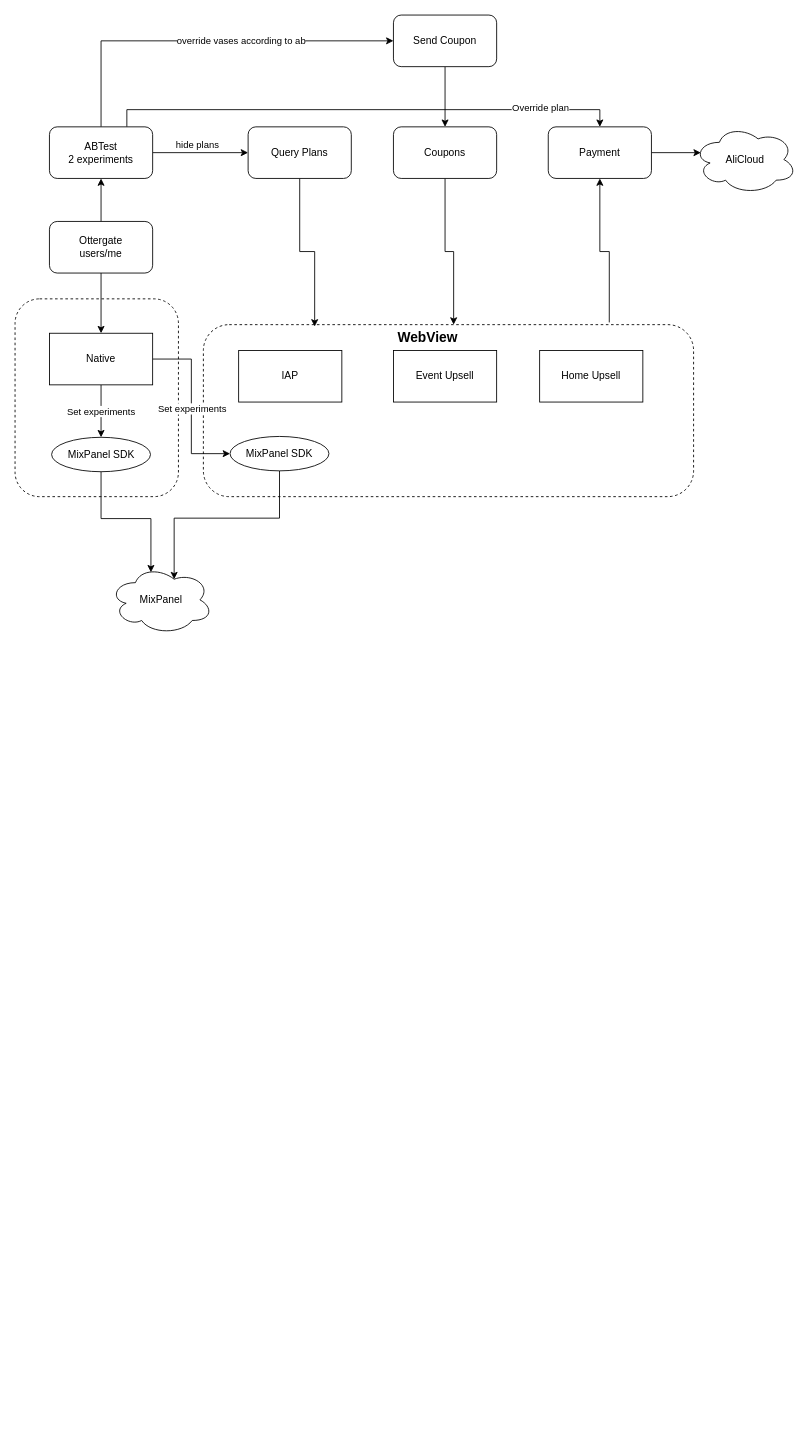
Earlier version of the draw.io diagram Vas Bundle Price Strategy ABTest.drawio (evagle/awesome). Source tidied: cells renumbered, new cells numbered last; positions are measured from the earlier drawing's top-left corner, leaving out a move shared by most shapes. Both pictures are drawn from the tidied source at 86%, with x=0, y=0 at pixel (15, 15).
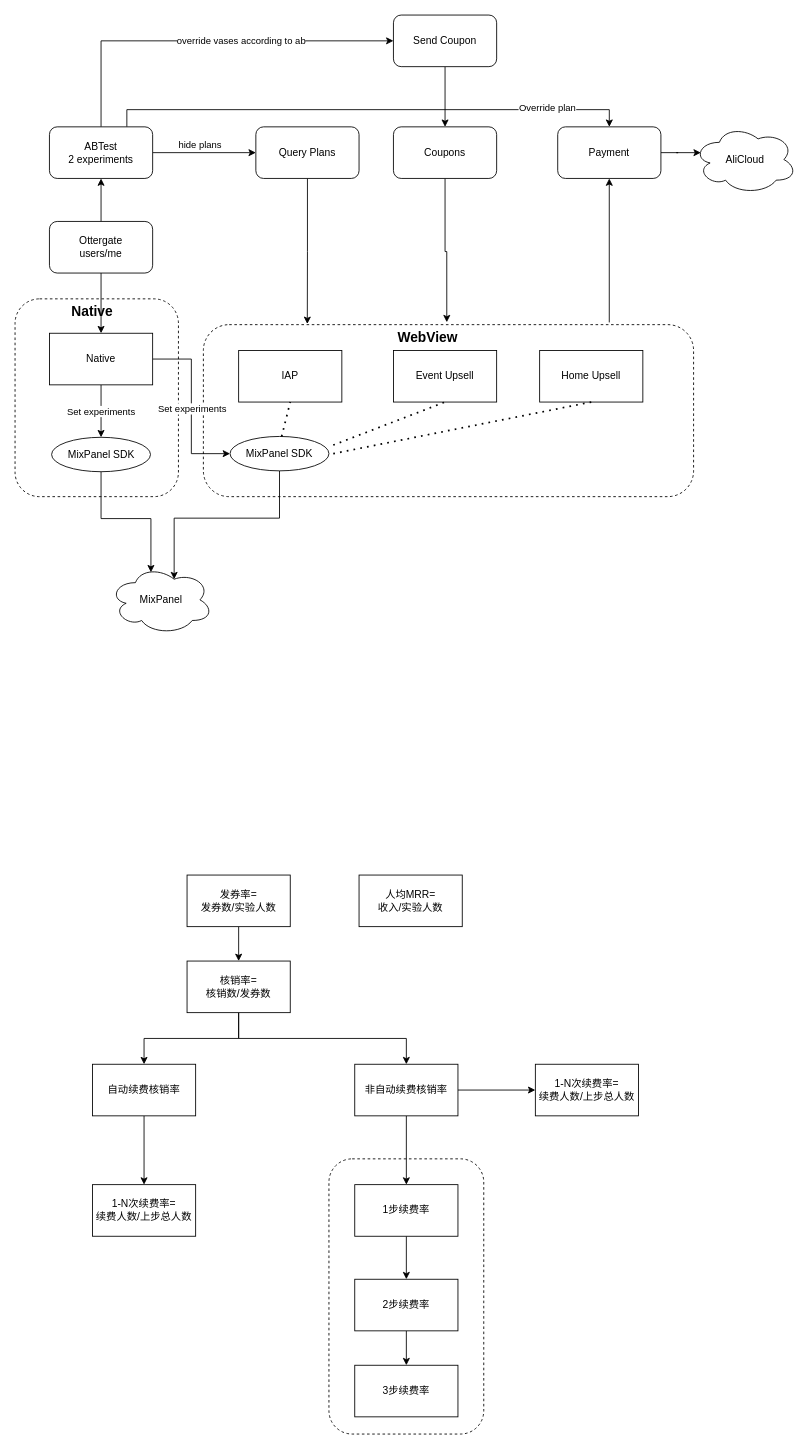
After the change.

The change refers to these unchanged cells:
```xml
<mxCell id="4" style="rounded=1;whiteSpace=wrap;html=1;dashed=1;" parent="1" vertex="1">
  <mxGeometry x="219" y="360" width="570" height="200" as="geometry" />
</mxCell>
<mxCell id="8" value="Coupons" style="rounded=1;whiteSpace=wrap;html=1;" parent="1" vertex="1">
  <mxGeometry x="440" y="130" width="120" height="60" as="geometry" />
</mxCell>
<mxCell id="9" value="IAP" style="rounded=0;whiteSpace=wrap;html=1;" parent="1" vertex="1">
  <mxGeometry x="260" y="390" width="120" height="60" as="geometry" />
</mxCell>
<mxCell id="10" value="Event Upsell" style="rounded=0;whiteSpace=wrap;html=1;" parent="1" vertex="1">
  <mxGeometry x="440" y="390" width="120" height="60" as="geometry" />
</mxCell>
<mxCell id="11" value="Home Upsell" style="rounded=0;whiteSpace=wrap;html=1;" parent="1" vertex="1">
  <mxGeometry x="610" y="390" width="120" height="60" as="geometry" />
</mxCell>
<mxCell id="27" value="&lt;font style=&quot;font-size: 16px;&quot;&gt;&lt;b&gt;WebView&lt;/b&gt;&lt;/font&gt;" style="text;html=1;strokeColor=none;fillColor=none;align=center;verticalAlign=middle;whiteSpace=wrap;rounded=0;" parent="1" vertex="1">
  <mxGeometry x="450" y="360" width="60" height="30" as="geometry" />
</mxCell>
```

Change to the diagram source:
```diff
@@
+    <mxCell id="37" style="rounded=1;whiteSpace=wrap;html=1;dashed=1;" parent="1" vertex="1">
+      <mxGeometry x="365" y="1330" width="180" height="320" as="geometry" />
+    </mxCell>
@@
-    <mxCell id="5" style="edgeStyle=orthogonalEdgeStyle;rounded=0;jettySize=auto;html=1;exitX=0.5;exitY=1;exitDx=0;exitDy=0;entryX=0.227;entryY=0.011;entryDx=0;entryDy=0;entryPerimeter=0;" parent="1" edge="1" source="6" target="4">
+    <mxCell id="5" style="edgeStyle=orthogonalEdgeStyle;rounded=0;jettySize=auto;html=1;exitX=0.5;exitY=1;exitDx=0;exitDy=0;entryX=0.212;entryY=-0.004;entryDx=0;entryDy=0;entryPerimeter=0;" parent="1" edge="1" source="6" target="4">
       <mxGeometry relative="1" as="geometry" />
     </mxCell>
     <mxCell id="6" value="Query Plans" style="rounded=1;whiteSpace=wrap;html=1;" parent="1" vertex="1">
-      <mxGeometry x="271" y="130" width="120" height="60" as="geometry" />
+      <mxGeometry x="280" y="130" width="120" height="60" as="geometry" />
     </mxCell>
-    <mxCell id="7" style="edgeStyle=orthogonalEdgeStyle;rounded=0;jettySize=auto;html=1;exitX=0.5;exitY=1;exitDx=0;exitDy=0;entryX=1;entryY=0;entryDx=0;entryDy=0;" parent="1" edge="1" source="8" target="27">
+    <mxCell id="7" style="edgeStyle=orthogonalEdgeStyle;rounded=0;jettySize=auto;html=1;exitX=0.5;exitY=1;exitDx=0;exitDy=0;entryX=0.867;entryY=-0.093;entryDx=0;entryDy=0;entryPerimeter=0;" parent="1" edge="1" source="8" target="27">
       <mxGeometry relative="1" as="geometry" />
     </mxCell>
@@
     <mxCell id="13" value="Payment" style="rounded=1;whiteSpace=wrap;html=1;" parent="1" vertex="1">
-      <mxGeometry x="620" y="130" width="120" height="60" as="geometry" />
+      <mxGeometry x="631" y="130" width="120" height="60" as="geometry" />
     </mxCell>
@@
+    <mxCell id="38" style="edgeStyle=orthogonalEdgeStyle;rounded=0;jettySize=auto;html=1;exitX=0.5;exitY=1;exitDx=0;exitDy=0;entryX=0.5;entryY=0;entryDx=0;entryDy=0;" parent="1" edge="1" source="39" target="42">
+      <mxGeometry relative="1" as="geometry" />
+    </mxCell>
+    <mxCell id="39" value="发券率=&lt;br&gt;发券数/实验人数" style="rounded=0;whiteSpace=wrap;html=1;" parent="1" vertex="1">
+      <mxGeometry x="200" y="1000" width="120" height="60" as="geometry" />
+    </mxCell>
+    <mxCell id="40" style="edgeStyle=orthogonalEdgeStyle;rounded=0;jettySize=auto;html=1;exitX=0.5;exitY=1;exitDx=0;exitDy=0;entryX=0.5;entryY=0;entryDx=0;entryDy=0;" parent="1" edge="1" source="42" target="44">
+      <mxGeometry relative="1" as="geometry" />
+    </mxCell>
+    <mxCell id="41" style="edgeStyle=orthogonalEdgeStyle;rounded=0;jettySize=auto;html=1;exitX=0.5;exitY=1;exitDx=0;exitDy=0;" parent="1" edge="1" source="42" target="47">
+      <mxGeometry relative="1" as="geometry" />
+    </mxCell>
+    <mxCell id="42" value="核销率=&lt;br&gt;核销数/发券数" style="rounded=0;whiteSpace=wrap;html=1;" parent="1" vertex="1">
+      <mxGeometry x="200" y="1100" width="120" height="60" as="geometry" />
+    </mxCell>
+    <mxCell id="43" style="edgeStyle=orthogonalEdgeStyle;rounded=0;jettySize=auto;html=1;" parent="1" edge="1" source="44" target="48">
+      <mxGeometry relative="1" as="geometry" />
+    </mxCell>
+    <mxCell id="44" value="自动续费核销率" style="rounded=0;whiteSpace=wrap;html=1;" parent="1" vertex="1">
+      <mxGeometry x="90" y="1220" width="120" height="60" as="geometry" />
+    </mxCell>
+    <mxCell id="45" style="edgeStyle=orthogonalEdgeStyle;rounded=0;jettySize=auto;html=1;" parent="1" edge="1" source="47" target="50">
+      <mxGeometry relative="1" as="geometry" />
+    </mxCell>
+    <mxCell id="46" style="edgeStyle=orthogonalEdgeStyle;rounded=0;jettySize=auto;html=1;exitX=1;exitY=0.5;exitDx=0;exitDy=0;entryX=0;entryY=0.5;entryDx=0;entryDy=0;" parent="1" edge="1" source="47" target="55">
+      <mxGeometry relative="1" as="geometry" />
+    </mxCell>
+    <mxCell id="47" value="非自动续费核销率" style="rounded=0;whiteSpace=wrap;html=1;" parent="1" vertex="1">
+      <mxGeometry x="395" y="1220" width="120" height="60" as="geometry" />
+    </mxCell>
+    <mxCell id="48" value="1-N次续费率=&lt;br&gt;续费人数/上步总人数" style="whiteSpace=wrap;html=1;rounded=0;" parent="1" vertex="1">
+      <mxGeometry x="90" y="1360" width="120" height="60" as="geometry" />
+    </mxCell>
+    <mxCell id="49" style="edgeStyle=orthogonalEdgeStyle;rounded=0;jettySize=auto;html=1;" parent="1" edge="1" source="50" target="52">
+      <mxGeometry relative="1" as="geometry" />
+    </mxCell>
+    <mxCell id="50" value="1步续费率" style="whiteSpace=wrap;html=1;rounded=0;" parent="1" vertex="1">
+      <mxGeometry x="395" y="1360" width="120" height="60" as="geometry" />
+    </mxCell>
+    <mxCell id="51" style="edgeStyle=orthogonalEdgeStyle;rounded=0;jettySize=auto;html=1;" parent="1" edge="1" source="52" target="53">
+      <mxGeometry relative="1" as="geometry" />
+    </mxCell>
+    <mxCell id="52" value="2步续费率" style="rounded=0;whiteSpace=wrap;html=1;" parent="1" vertex="1">
+      <mxGeometry x="395" y="1470" width="120" height="60" as="geometry" />
+    </mxCell>
+    <mxCell id="53" value="3步续费率" style="whiteSpace=wrap;html=1;rounded=0;" parent="1" vertex="1">
+      <mxGeometry x="395" y="1570" width="120" height="60" as="geometry" />
+    </mxCell>
+    <mxCell id="54" value="人均MRR=&lt;br&gt;收入/实验人数" style="rounded=0;whiteSpace=wrap;html=1;" parent="1" vertex="1">
+      <mxGeometry x="400" y="1000" width="120" height="60" as="geometry" />
+    </mxCell>
+    <mxCell id="55" value="1-N次续费率=&lt;br&gt;续费人数/上步总人数" style="whiteSpace=wrap;html=1;rounded=0;" parent="1" vertex="1">
+      <mxGeometry x="605" y="1220" width="120" height="60" as="geometry" />
+    </mxCell>
+    <mxCell id="56" style="endArrow=none;dashed=1;html=1;dashPattern=1 3;strokeWidth=2;rounded=0;entryX=0.5;entryY=1;entryDx=0;entryDy=0;" parent="1" edge="1" target="9">
+      <mxGeometry relative="1" as="geometry">
+        <mxPoint x="310" y="490" as="sourcePoint" />
+      </mxGeometry>
+    </mxCell>
+    <mxCell id="57" style="endArrow=none;dashed=1;html=1;dashPattern=1 3;strokeWidth=2;rounded=0;entryX=0.5;entryY=1;entryDx=0;entryDy=0;" parent="1" edge="1" target="10">
+      <mxGeometry relative="1" as="geometry">
+        <mxPoint x="370" y="500" as="sourcePoint" />
+      </mxGeometry>
+    </mxCell>
+    <mxCell id="58" style="endArrow=none;dashed=1;html=1;dashPattern=1 3;strokeWidth=2;rounded=0;entryX=0.5;entryY=1;entryDx=0;entryDy=0;" parent="1" edge="1" target="11">
+      <mxGeometry relative="1" as="geometry">
+        <mxPoint x="370" y="510" as="sourcePoint" />
+      </mxGeometry>
+    </mxCell>
+    <mxCell id="59" value="&lt;font style=&quot;font-size: 16px;&quot;&gt;&lt;b&gt;Native&lt;/b&gt;&lt;/font&gt;" style="text;html=1;strokeColor=none;fillColor=none;align=center;verticalAlign=middle;whiteSpace=wrap;rounded=0;" parent="1" vertex="1">
+      <mxGeometry x="60" y="330" width="60" height="30" as="geometry" />
+    </mxCell>
```
